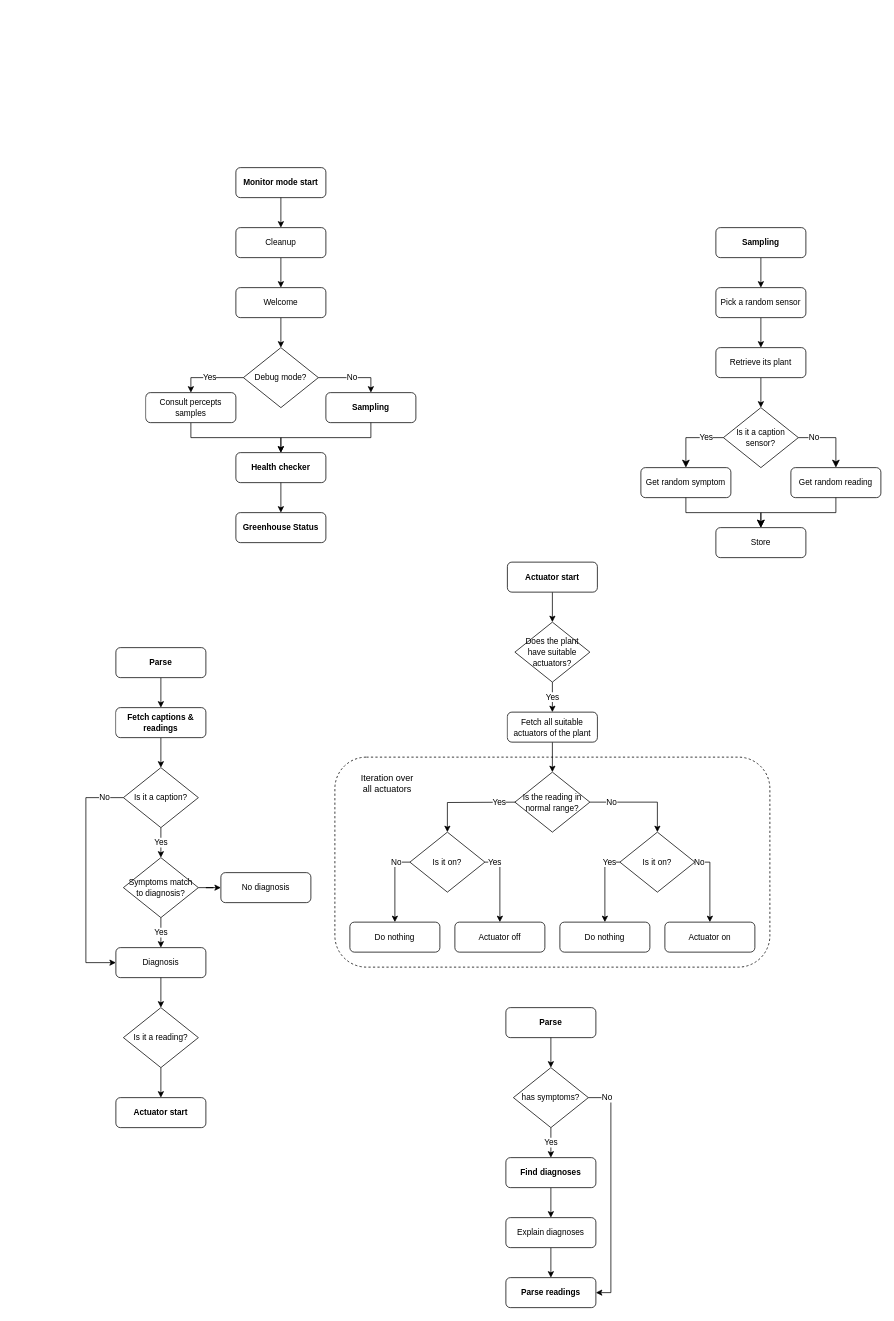
The draw.io diagram docs/monitor_mode_rules.drawio in francescoperagine/GreMaES, before the edit. Source tidied: cells renumbered, new cells numbered last; positions are measured from the earlier drawing's top-left corner, leaving out a move shared by most shapes. Both pictures are drawn from the tidied source at 75%, with x=0, y=0 at pixel (86, 167).
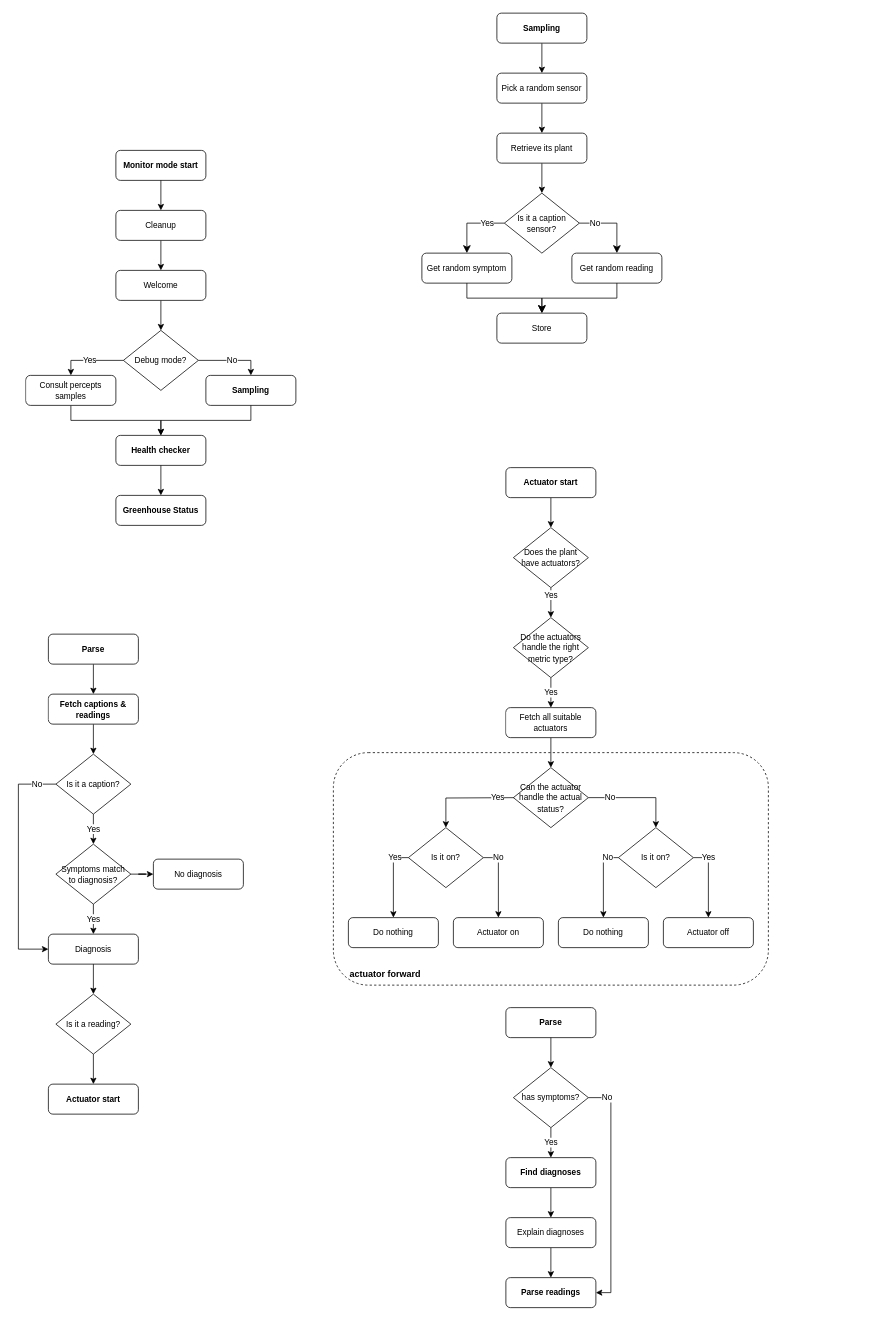
The same page after the edit.

Diff of the diagram source:
```diff
@@
     <mxCell id="2" style="rounded=1;whiteSpace=wrap;html=1;dashed=1;fillColor=none;" parent="1" vertex="1">
-      <mxGeometry x="332" y="786" width="580" height="280" as="geometry" />
+      <mxGeometry x="330" y="780" width="580" height="310" as="geometry" />
     </mxCell>
@@
     <mxCell id="4" value="&lt;span style=&quot;font-size: 11px;&quot;&gt;Fetch captions &amp;amp; readings&lt;br&gt;&lt;/span&gt;" style="rounded=1;whiteSpace=wrap;html=1;fontSize=12;glass=0;strokeWidth=1;shadow=0;fontStyle=1;labelBackgroundColor=default;labelBorderColor=none;" parent="1" vertex="1">
-      <mxGeometry x="40" y="720" width="120" height="40" as="geometry" />
+      <mxGeometry x="-50" y="702" width="120" height="40" as="geometry" />
     </mxCell>
@@
     <mxCell id="6" value="&lt;span style=&quot;font-size: 11px;&quot;&gt;Parse&lt;br&gt;&lt;/span&gt;" style="rounded=1;whiteSpace=wrap;html=1;fontSize=12;glass=0;strokeWidth=1;shadow=0;fontStyle=1;labelBackgroundColor=default;labelBorderColor=none;" parent="1" vertex="1">
-      <mxGeometry x="40" y="640" width="120" height="40" as="geometry" />
+      <mxGeometry x="-50" y="622" width="120" height="40" as="geometry" />
     </mxCell>
-    <mxCell id="7" value="Yes" style="edgeStyle=orthogonalEdgeStyle;rounded=0;jettySize=auto;html=1;labelBackgroundColor=default;entryX=0.5;entryY=0;entryDx=0;entryDy=0;" parent="1" edge="1" source="8" target="53">
-      <mxGeometry relative="1" as="geometry" />
+    <mxCell id="7" value="Yes" style="edgeStyle=orthogonalEdgeStyle;rounded=0;jettySize=auto;html=1;labelBackgroundColor=default;entryX=0.5;entryY=0;entryDx=0;entryDy=0;" parent="1" edge="1" source="8" target="80">
+      <mxGeometry x="-0.5" relative="1" as="geometry" />
     </mxCell>
-    <mxCell id="8" value="&lt;span style=&quot;font-size: 11px;&quot;&gt;Does the plant&lt;br&gt;have suitable actuators?&lt;/span&gt;" style="rhombus;whiteSpace=wrap;html=1;labelBackgroundColor=none;" parent="1" vertex="1">
-      <mxGeometry x="572" y="606" width="100" height="80" as="geometry" />
+    <mxCell id="8" value="&lt;span style=&quot;font-size: 11px;&quot;&gt;Does the plant&lt;br&gt;have actuators?&lt;/span&gt;" style="rhombus;whiteSpace=wrap;html=1;labelBackgroundColor=none;" parent="1" vertex="1">
+      <mxGeometry x="570" y="480" width="100" height="80" as="geometry" />
     </mxCell>
@@
     <mxCell id="10" value="&lt;span style=&quot;font-size: 11px;&quot;&gt;Monitor mode start&lt;br&gt;&lt;/span&gt;" style="rounded=1;whiteSpace=wrap;html=1;fontSize=12;glass=0;strokeWidth=1;shadow=0;fontStyle=1;labelBackgroundColor=default;labelBorderColor=none;" parent="1" vertex="1">
-      <mxGeometry x="200" width="120" height="40" as="geometry" />
+      <mxGeometry x="40" y="-23" width="120" height="40" as="geometry" />
     </mxCell>
@@
     <mxCell id="12" value="&lt;span style=&quot;font-size: 11px;&quot;&gt;Welcome&lt;br&gt;&lt;/span&gt;" style="rounded=1;whiteSpace=wrap;html=1;fontSize=12;glass=0;strokeWidth=1;shadow=0;fontStyle=0;labelBackgroundColor=default;labelBorderColor=none;" parent="1" vertex="1">
-      <mxGeometry x="200" y="160" width="120" height="40" as="geometry" />
+      <mxGeometry x="40" y="137" width="120" height="40" as="geometry" />
     </mxCell>
@@
     <mxCell id="14" value="&lt;span style=&quot;font-size: 11px;&quot;&gt;Cleanup&lt;br&gt;&lt;/span&gt;" style="rounded=1;whiteSpace=wrap;html=1;fontSize=12;glass=0;strokeWidth=1;shadow=0;fontStyle=0;labelBackgroundColor=default;labelBorderColor=none;" parent="1" vertex="1">
-      <mxGeometry x="200" y="80" width="120" height="40" as="geometry" />
+      <mxGeometry x="40" y="57" width="120" height="40" as="geometry" />
     </mxCell>
     <mxCell id="15" value="&lt;span style=&quot;font-size: 11px;&quot;&gt;Is it a caption sensor?&lt;/span&gt;" style="rhombus;whiteSpace=wrap;html=1;" parent="1" vertex="1">
-      <mxGeometry x="850" y="320" width="100" height="80" as="geometry" />
+      <mxGeometry x="558" y="34" width="100" height="80" as="geometry" />
     </mxCell>
@@
     <mxCell id="18" value="&lt;span style=&quot;font-size: 11px;&quot;&gt;Get random symptom&lt;br&gt;&lt;/span&gt;" style="rounded=1;whiteSpace=wrap;html=1;fontSize=12;glass=0;strokeWidth=1;shadow=0;fontStyle=0;labelBackgroundColor=default;labelBorderColor=none;" parent="1" vertex="1">
-      <mxGeometry x="740" y="400" width="120" height="40" as="geometry" />
+      <mxGeometry x="448" y="114" width="120" height="40" as="geometry" />
     </mxCell>
     <mxCell id="19" value="&lt;span style=&quot;font-size: 11px;&quot;&gt;Get random reading&lt;br&gt;&lt;/span&gt;" style="rounded=1;whiteSpace=wrap;html=1;fontSize=12;glass=0;strokeWidth=1;shadow=0;fontStyle=0;labelBackgroundColor=default;labelBorderColor=none;" parent="1" vertex="1">
-      <mxGeometry x="940" y="400" width="120" height="40" as="geometry" />
+      <mxGeometry x="648" y="114" width="120" height="40" as="geometry" />
     </mxCell>
@@
     <mxCell id="23" value="&lt;span style=&quot;font-size: 11px;&quot;&gt;Pick a random sensor&lt;br&gt;&lt;/span&gt;" style="rounded=1;whiteSpace=wrap;html=1;fontSize=12;glass=0;strokeWidth=1;shadow=0;fontStyle=0;labelBackgroundColor=default;labelBorderColor=none;" parent="1" vertex="1">
-      <mxGeometry x="840" y="160" width="120" height="40" as="geometry" />
+      <mxGeometry x="548" y="-126" width="120" height="40" as="geometry" />
     </mxCell>
     <mxCell id="24" value="&lt;span style=&quot;font-size: 11px;&quot;&gt;Store&lt;br&gt;&lt;/span&gt;" style="rounded=1;whiteSpace=wrap;html=1;fontSize=12;glass=0;strokeWidth=1;shadow=0;fontStyle=0;labelBackgroundColor=default;labelBorderColor=none;" parent="1" vertex="1">
-      <mxGeometry x="840" y="480" width="120" height="40" as="geometry" />
+      <mxGeometry x="548" y="194" width="120" height="40" as="geometry" />
     </mxCell>
@@
     <mxCell id="26" value="&lt;span style=&quot;font-size: 11px;&quot;&gt;Retrieve its plant&lt;br&gt;&lt;/span&gt;" style="rounded=1;whiteSpace=wrap;html=1;fontSize=12;glass=0;strokeWidth=1;shadow=0;fontStyle=0;labelBackgroundColor=default;labelBorderColor=none;" parent="1" vertex="1">
-      <mxGeometry x="840" y="240" width="120" height="40" as="geometry" />
+      <mxGeometry x="548" y="-46" width="120" height="40" as="geometry" />
     </mxCell>
@@
     <mxCell id="28" value="No" style="edgeStyle=orthogonalEdgeStyle;rounded=0;jettySize=auto;html=1;entryX=0;entryY=0.5;entryDx=0;entryDy=0;exitX=0;exitY=0.5;exitDx=0;exitDy=0;" parent="1" edge="1" source="29" target="33">
       <mxGeometry x="-0.84" relative="1" as="geometry">
         <Array as="points">
-          <mxPoint y="840" />
-          <mxPoint y="1060" />
+          <mxPoint x="-90" y="822" />
+          <mxPoint x="-90" y="1042" />
         </Array>
       </mxGeometry>
     </mxCell>
     <mxCell id="29" value="&lt;span style=&quot;font-size: 11px;&quot;&gt;Is it a caption?&lt;/span&gt;" style="rhombus;whiteSpace=wrap;html=1;" parent="1" vertex="1">
-      <mxGeometry x="50" y="800" width="100" height="80" as="geometry" />
+      <mxGeometry x="-40" y="782" width="100" height="80" as="geometry" />
     </mxCell>
@@
     <mxCell id="32" value="&lt;span style=&quot;font-size: 11px;&quot;&gt;Symptoms match&lt;br&gt;to diagnosis?&lt;/span&gt;" style="rhombus;whiteSpace=wrap;html=1;" parent="1" vertex="1">
-      <mxGeometry x="50" y="920" width="100" height="80" as="geometry" />
+      <mxGeometry x="-40" y="902" width="100" height="80" as="geometry" />
     </mxCell>
     <mxCell id="33" value="&lt;span style=&quot;font-size: 11px;&quot;&gt;Diagnosis&lt;br&gt;&lt;/span&gt;" style="rounded=1;whiteSpace=wrap;html=1;fontSize=12;glass=0;strokeWidth=1;shadow=0;fontStyle=0;labelBackgroundColor=default;labelBorderColor=none;" parent="1" vertex="1">
-      <mxGeometry x="40" y="1040" width="120" height="40" as="geometry" />
+      <mxGeometry x="-50" y="1022" width="120" height="40" as="geometry" />
     </mxCell>
     <mxCell id="34" value="&lt;span style=&quot;font-size: 11px;&quot;&gt;No diagnosis&lt;br&gt;&lt;/span&gt;" style="rounded=1;whiteSpace=wrap;html=1;fontSize=12;glass=0;strokeWidth=1;shadow=0;fontStyle=0;labelBackgroundColor=default;labelBorderColor=none;" parent="1" vertex="1">
-      <mxGeometry x="180" y="940" width="120" height="40" as="geometry" />
+      <mxGeometry x="90" y="922" width="120" height="40" as="geometry" />
     </mxCell>
@@
     <mxCell id="36" value="&lt;span style=&quot;font-size: 11px;&quot;&gt;Actuator start&lt;/span&gt;&lt;span style=&quot;font-size: 11px;&quot;&gt;&lt;br&gt;&lt;/span&gt;" style="rounded=1;whiteSpace=wrap;html=1;fontSize=12;glass=0;strokeWidth=1;shadow=0;fontStyle=1;labelBackgroundColor=none;labelBorderColor=none;" parent="1" vertex="1">
-      <mxGeometry x="40" y="1240" width="120" height="40" as="geometry" />
+      <mxGeometry x="-50" y="1222" width="120" height="40" as="geometry" />
     </mxCell>
@@
     <mxCell id="38" value="&lt;span style=&quot;font-size: 11px;&quot;&gt;Actuator start&lt;/span&gt;&lt;span style=&quot;font-size: 11px;&quot;&gt;&lt;br&gt;&lt;/span&gt;" style="rounded=1;whiteSpace=wrap;html=1;fontSize=12;glass=0;strokeWidth=1;shadow=0;fontStyle=1;labelBackgroundColor=none;labelBorderColor=none;" parent="1" vertex="1">
-      <mxGeometry x="562" y="526" width="120" height="40" as="geometry" />
+      <mxGeometry x="560" y="400" width="120" height="40" as="geometry" />
     </mxCell>
     <mxCell id="39" value="Yes" style="edgeStyle=orthogonalEdgeStyle;rounded=0;jettySize=auto;html=1;exitX=0;exitY=0.5;exitDx=0;exitDy=0;entryX=0.5;entryY=0;entryDx=0;entryDy=0;labelBackgroundColor=#FFFFFF;" parent="1" edge="1" target="45">
       <mxGeometry x="-0.54" relative="1" as="geometry">
-        <mxPoint x="582" y="846" as="sourcePoint" />
+        <mxPoint x="580" y="840" as="sourcePoint" />
         <mxPoint x="1" as="offset" />
       </mxGeometry>
     </mxCell>
@@
-    <mxCell id="41" value="&lt;span style=&quot;font-size: 11px;&quot;&gt;Is the reading in normal range?&lt;/span&gt;" style="rhombus;whiteSpace=wrap;html=1;labelBackgroundColor=none;" parent="1" vertex="1">
-      <mxGeometry x="572" y="806" width="100" height="80" as="geometry" />
+    <mxCell id="41" value="&lt;span style=&quot;font-size: 11px;&quot;&gt;Can the actuator handle the actual status?&lt;/span&gt;" style="rhombus;whiteSpace=wrap;html=1;labelBackgroundColor=none;" parent="1" vertex="1">
+      <mxGeometry x="570" y="800" width="100" height="80" as="geometry" />
     </mxCell>
-    <mxCell id="42" value="&lt;span style=&quot;font-size: 11px;&quot;&gt;Actuator off&lt;br&gt;&lt;/span&gt;" style="rounded=1;whiteSpace=wrap;html=1;fontSize=12;glass=0;strokeWidth=1;shadow=0;fontStyle=0;labelBackgroundColor=none;labelBorderColor=none;" parent="1" vertex="1">
-      <mxGeometry x="492" y="1006" width="120" height="40" as="geometry" />
+    <mxCell id="42" value="&lt;span style=&quot;font-size: 11px;&quot;&gt;Actuator on&lt;br&gt;&lt;/span&gt;" style="rounded=1;whiteSpace=wrap;html=1;fontSize=12;glass=0;strokeWidth=1;shadow=0;fontStyle=0;labelBackgroundColor=none;labelBorderColor=none;" parent="1" vertex="1">
+      <mxGeometry x="490" y="1000" width="120" height="40" as="geometry" />
     </mxCell>
-    <mxCell id="43" value="Yes" style="edgeStyle=orthogonalEdgeStyle;rounded=0;jettySize=auto;html=1;exitX=1;exitY=0.5;exitDx=0;exitDy=0;labelBackgroundColor=#FFFFFF;" parent="1" edge="1" source="45" target="42">
-      <mxGeometry x="-0.75" relative="1" as="geometry" />
+    <mxCell id="43" value="No" style="edgeStyle=orthogonalEdgeStyle;rounded=0;jettySize=auto;html=1;exitX=1;exitY=0.5;exitDx=0;exitDy=0;labelBackgroundColor=#FFFFFF;" parent="1" edge="1" source="45" target="42">
+      <mxGeometry x="-0.6" relative="1" as="geometry" />
     </mxCell>
-    <mxCell id="44" value="No" style="edgeStyle=orthogonalEdgeStyle;rounded=0;jettySize=auto;html=1;exitX=0;exitY=0.5;exitDx=0;exitDy=0;labelBackgroundColor=#FFFFFF;" parent="1" edge="1" source="45" target="51">
+    <mxCell id="44" value="Yes" style="edgeStyle=orthogonalEdgeStyle;rounded=0;jettySize=auto;html=1;exitX=0;exitY=0.5;exitDx=0;exitDy=0;labelBackgroundColor=#FFFFFF;" parent="1" edge="1" source="45" target="51">
       <mxGeometry x="-0.64" relative="1" as="geometry" />
     </mxCell>
     <mxCell id="45" value="&lt;span style=&quot;font-size: 11px;&quot;&gt;Is it on?&lt;/span&gt;" style="rhombus;whiteSpace=wrap;html=1;labelBackgroundColor=none;" parent="1" vertex="1">
-      <mxGeometry x="432" y="886" width="100" height="80" as="geometry" />
+      <mxGeometry x="430" y="880" width="100" height="80" as="geometry" />
     </mxCell>
-    <mxCell id="46" value="&lt;span style=&quot;font-size: 11px;&quot;&gt;Actuator on&lt;br&gt;&lt;/span&gt;" style="rounded=1;whiteSpace=wrap;html=1;fontSize=12;glass=0;strokeWidth=1;shadow=0;fontStyle=0;labelBackgroundColor=none;labelBorderColor=none;" parent="1" vertex="1">
-      <mxGeometry x="772" y="1006" width="120" height="40" as="geometry" />
+    <mxCell id="46" value="&lt;span style=&quot;font-size: 11px;&quot;&gt;Actuator off&lt;br&gt;&lt;/span&gt;" style="rounded=1;whiteSpace=wrap;html=1;fontSize=12;glass=0;strokeWidth=1;shadow=0;fontStyle=0;labelBackgroundColor=none;labelBorderColor=none;" parent="1" vertex="1">
+      <mxGeometry x="770" y="1000" width="120" height="40" as="geometry" />
     </mxCell>
-    <mxCell id="47" value="No" style="edgeStyle=orthogonalEdgeStyle;rounded=0;jettySize=auto;html=1;entryX=0.5;entryY=0;entryDx=0;entryDy=0;exitX=1;exitY=0.5;exitDx=0;exitDy=0;labelBackgroundColor=#FFFFFF;" parent="1" edge="1" source="49" target="46">
-      <mxGeometry x="-0.86" relative="1" as="geometry">
-        <mxPoint x="-1" as="offset" />
-      </mxGeometry>
+    <mxCell id="47" value="Yes" style="edgeStyle=orthogonalEdgeStyle;rounded=0;jettySize=auto;html=1;entryX=0.5;entryY=0;entryDx=0;entryDy=0;exitX=1;exitY=0.5;exitDx=0;exitDy=0;labelBackgroundColor=#FFFFFF;" parent="1" edge="1" source="49" target="46">
+      <mxGeometry x="-0.6" relative="1" as="geometry" />
     </mxCell>
-    <mxCell id="48" value="Yes" style="edgeStyle=orthogonalEdgeStyle;rounded=0;jettySize=auto;html=1;exitX=0;exitY=0.5;exitDx=0;exitDy=0;labelBackgroundColor=#FFFFFF;" parent="1" edge="1" source="49" target="50">
+    <mxCell id="48" value="No" style="edgeStyle=orthogonalEdgeStyle;rounded=0;jettySize=auto;html=1;exitX=0;exitY=0.5;exitDx=0;exitDy=0;labelBackgroundColor=#FFFFFF;" parent="1" edge="1" source="49" target="50">
       <mxGeometry x="-0.73" relative="1" as="geometry" />
     </mxCell>
     <mxCell id="49" value="&lt;span style=&quot;font-size: 11px;&quot;&gt;Is it on?&lt;/span&gt;" style="rhombus;whiteSpace=wrap;html=1;labelBackgroundColor=none;" parent="1" vertex="1">
-      <mxGeometry x="712" y="886" width="100" height="80" as="geometry" />
+      <mxGeometry x="710" y="880" width="100" height="80" as="geometry" />
     </mxCell>
     <mxCell id="50" value="&lt;span style=&quot;font-size: 11px;&quot;&gt;Do nothing&lt;br&gt;&lt;/span&gt;" style="rounded=1;whiteSpace=wrap;html=1;fontSize=12;glass=0;strokeWidth=1;shadow=0;fontStyle=0;labelBackgroundColor=none;labelBorderColor=none;" parent="1" vertex="1">
-      <mxGeometry x="632" y="1006" width="120" height="40" as="geometry" />
+      <mxGeometry x="630" y="1000" width="120" height="40" as="geometry" />
     </mxCell>
     <mxCell id="51" value="&lt;span style=&quot;font-size: 11px;&quot;&gt;Do nothing&lt;br&gt;&lt;/span&gt;" style="rounded=1;whiteSpace=wrap;html=1;fontSize=12;glass=0;strokeWidth=1;shadow=0;fontStyle=0;labelBackgroundColor=none;labelBorderColor=none;" parent="1" vertex="1">
-      <mxGeometry x="352" y="1006" width="120" height="40" as="geometry" />
+      <mxGeometry x="350" y="1000" width="120" height="40" as="geometry" />
     </mxCell>
@@
-    <mxCell id="53" value="&lt;span style=&quot;font-size: 11px;&quot;&gt;Fetch all suitable actuators of the plant&lt;br&gt;&lt;/span&gt;" style="rounded=1;whiteSpace=wrap;html=1;fontSize=12;glass=0;strokeWidth=1;shadow=0;fontStyle=0;labelBackgroundColor=default;labelBorderColor=none;" parent="1" vertex="1">
-      <mxGeometry x="562" y="726" width="120" height="40" as="geometry" />
+    <mxCell id="53" value="&lt;span style=&quot;font-size: 11px;&quot;&gt;Fetch all suitable actuators&lt;br&gt;&lt;/span&gt;" style="rounded=1;whiteSpace=wrap;html=1;fontSize=12;glass=0;strokeWidth=1;shadow=0;fontStyle=0;labelBackgroundColor=default;labelBorderColor=none;" parent="1" vertex="1">
+      <mxGeometry x="560" y="720" width="120" height="40" as="geometry" />
     </mxCell>
-    <mxCell id="54" value="Iteration over all actuators" style="text;html=1;strokeColor=none;fillColor=none;align=center;verticalAlign=middle;whiteSpace=wrap;rounded=0;shadow=0;glass=0;labelBackgroundColor=default;labelBorderColor=none;strokeWidth=1;fontFamily=Helvetica;fontSize=12;fontColor=default;" parent="1" vertex="1">
-      <mxGeometry x="362" y="806" width="80" height="30" as="geometry" />
-    </mxCell>
@@
     <mxCell id="56" value="&lt;span style=&quot;font-size: 11px;&quot;&gt;Is it a reading?&lt;/span&gt;" style="rhombus;whiteSpace=wrap;html=1;" parent="1" vertex="1">
-      <mxGeometry x="50" y="1120" width="100" height="80" as="geometry" />
+      <mxGeometry x="-40" y="1102" width="100" height="80" as="geometry" />
     </mxCell>
@@
     <mxCell id="58" value="&lt;span style=&quot;font-size: 11px;&quot;&gt;Sampling&lt;br&gt;&lt;/span&gt;" style="rounded=1;whiteSpace=wrap;html=1;fontSize=12;glass=0;strokeWidth=1;shadow=0;fontStyle=1;labelBackgroundColor=default;labelBorderColor=none;" parent="1" vertex="1">
-      <mxGeometry x="840" y="80" width="120" height="40" as="geometry" />
+      <mxGeometry x="548" y="-206" width="120" height="40" as="geometry" />
     </mxCell>
     <mxCell id="59" value="&lt;span style=&quot;font-size: 11px;&quot;&gt;Health checker&lt;br&gt;&lt;/span&gt;" style="rounded=1;whiteSpace=wrap;html=1;fontSize=12;glass=0;strokeWidth=1;shadow=0;fontStyle=1;labelBackgroundColor=default;labelBorderColor=none;" parent="1" vertex="1">
-      <mxGeometry x="200" y="380" width="120" height="40" as="geometry" />
+      <mxGeometry x="40" y="357" width="120" height="40" as="geometry" />
     </mxCell>
@@
     <mxCell id="61" value="&lt;span style=&quot;font-size: 11px;&quot;&gt;Consult percepts samples&lt;br&gt;&lt;/span&gt;" style="rounded=1;whiteSpace=wrap;html=1;fontSize=12;glass=0;strokeWidth=1;shadow=0;fontStyle=0;labelBackgroundColor=default;labelBorderColor=none;" parent="1" vertex="1">
-      <mxGeometry x="80" y="300" width="120" height="40" as="geometry" />
+      <mxGeometry x="-80" y="277" width="120" height="40" as="geometry" />
     </mxCell>
     <mxCell id="62" value="&lt;span style=&quot;font-size: 11px;&quot;&gt;Greenhouse Status&lt;br&gt;&lt;/span&gt;" style="rounded=1;whiteSpace=wrap;html=1;fontSize=12;glass=0;strokeWidth=1;shadow=0;fontStyle=1;labelBackgroundColor=default;labelBorderColor=none;" parent="1" vertex="1">
-      <mxGeometry x="200" y="460" width="120" height="40" as="geometry" />
+      <mxGeometry x="40" y="437" width="120" height="40" as="geometry" />
     </mxCell>
@@
     <mxCell id="64" value="&lt;span style=&quot;font-size: 11px;&quot;&gt;Debug mode?&lt;/span&gt;" style="rhombus;whiteSpace=wrap;html=1;labelBackgroundColor=none;" parent="1" vertex="1">
-      <mxGeometry x="210" y="240" width="100" height="80" as="geometry" />
+      <mxGeometry x="50" y="217" width="100" height="80" as="geometry" />
     </mxCell>
@@
     <mxCell id="66" value="&lt;span style=&quot;font-size: 11px;&quot;&gt;Sampling&lt;br&gt;&lt;/span&gt;" style="rounded=1;whiteSpace=wrap;html=1;fontSize=12;glass=0;strokeWidth=1;shadow=0;fontStyle=1;labelBackgroundColor=default;labelBorderColor=none;" parent="1" vertex="1">
-      <mxGeometry x="320" y="300" width="120" height="40" as="geometry" />
+      <mxGeometry x="160" y="277" width="120" height="40" as="geometry" />
     </mxCell>
@@
+    <mxCell id="79" value="Yes" style="edgeStyle=orthogonalEdgeStyle;rounded=0;jettySize=auto;html=1;" parent="1" edge="1" source="80" target="53">
+      <mxGeometry relative="1" as="geometry" />
+    </mxCell>
+    <mxCell id="80" value="&lt;span style=&quot;font-size: 11px;&quot;&gt;Do the actuators handle the right metric type?&lt;/span&gt;" style="rhombus;whiteSpace=wrap;html=1;labelBackgroundColor=none;" parent="1" vertex="1">
+      <mxGeometry x="570" y="600" width="100" height="80" as="geometry" />
+    </mxCell>
+    <mxCell id="81" value="actuator forward" style="text;html=1;strokeColor=none;fillColor=none;align=left;verticalAlign=middle;whiteSpace=wrap;rounded=0;fontStyle=1;" parent="1" vertex="1">
+      <mxGeometry x="350" y="1060" width="110" height="30" as="geometry" />
+    </mxCell>
```
